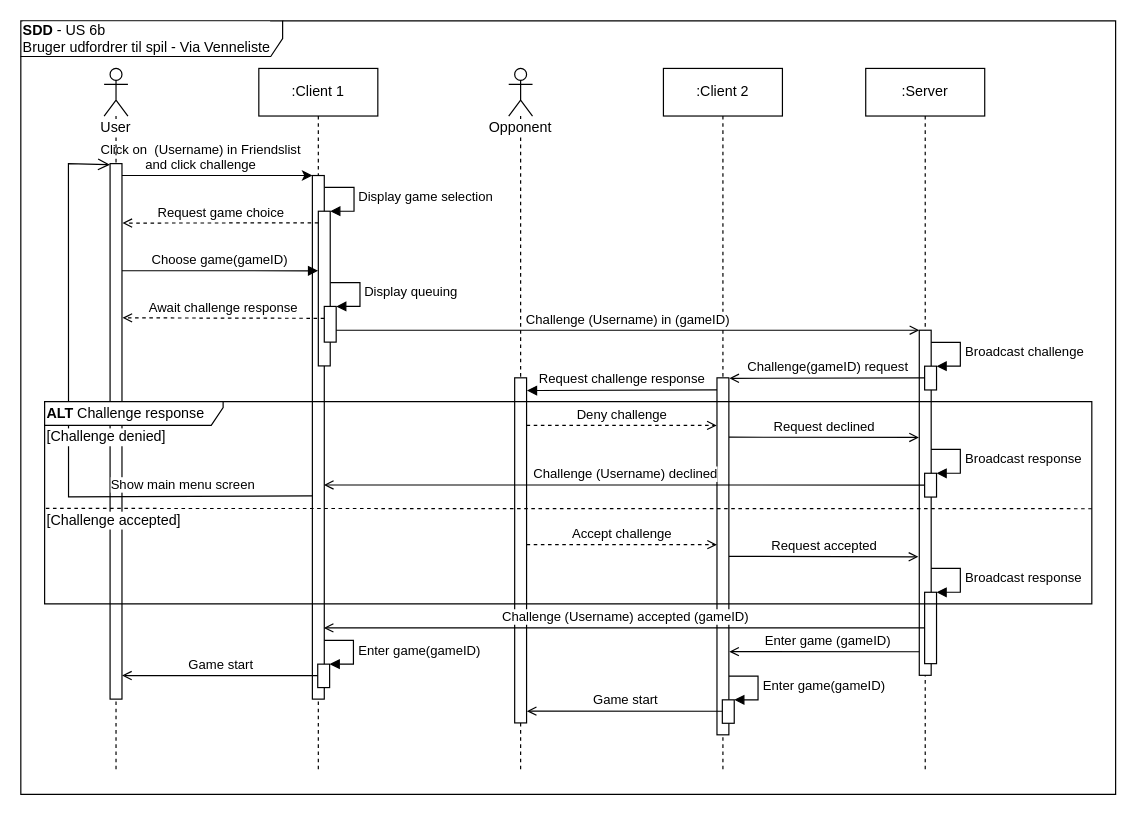
Before: page "SSD" (1 of 2) of diagrams/arkitektur/US6b_challenge-friendslist.drawio in Macradon/I7BAC-PlugNPlay, a draw.io diagram. Source tidied: cells renumbered, new cells numbered last; positions are measured from the earlier drawing's top-left corner, leaving out a move shared by most shapes. Both pictures are drawn from the tidied source at 119%, with x=0, y=0 at pixel (20, 20).
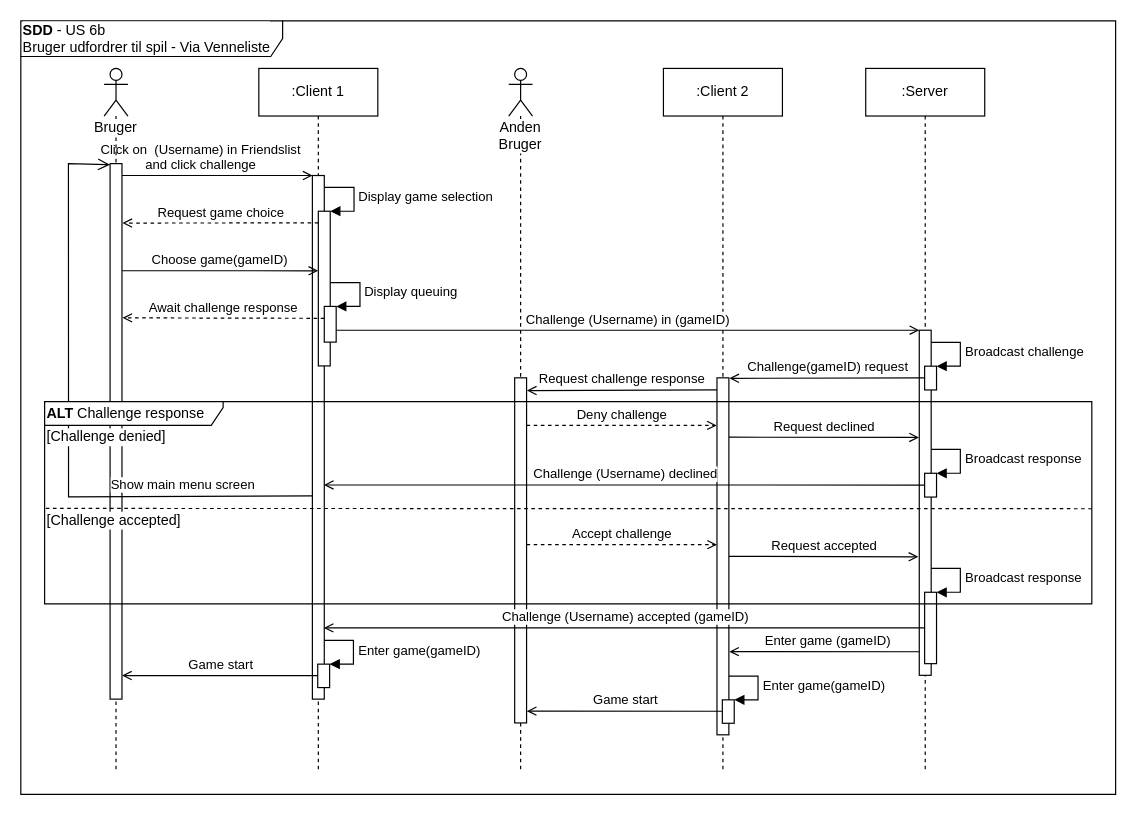
The same diagram, later.

The change refers to these unchanged cells:
```xml
<mxCell id="22" style="html=1;points=[];perimeter=orthogonalPerimeter;labelBackgroundColor=none;align=left;" parent="1" vertex="1">
  <mxGeometry x="245" y="130" width="10" height="440" as="geometry" />
</mxCell>
<mxCell id="24" style="html=1;points=[];perimeter=orthogonalPerimeter;labelBackgroundColor=none;align=left;" parent="1" vertex="1">
  <mxGeometry x="250" y="160" width="10" height="130" as="geometry" />
</mxCell>
```

The edit, as a diff of the source:
```diff
@@
-    <mxCell id="5" value="Opponent" style="shape=umlLifeline;participant=umlActor;perimeter=lifelinePerimeter;whiteSpace=wrap;html=1;verticalAlign=top;spacingTop=36;labelBackgroundColor=#ffffff;" parent="1" vertex="1">
+    <mxCell id="5" value="Anden Bruger" style="shape=umlLifeline;participant=umlActor;perimeter=lifelinePerimeter;whiteSpace=wrap;html=1;verticalAlign=top;spacingTop=36;labelBackgroundColor=#ffffff;" parent="1" vertex="1">
       <mxGeometry x="410" y="40" width="20" height="590" as="geometry" />
     </mxCell>
@@
-    <mxCell id="7" value="User" style="shape=umlLifeline;participant=umlActor;perimeter=lifelinePerimeter;whiteSpace=wrap;html=1;verticalAlign=top;spacingTop=36;labelBackgroundColor=#ffffff;" parent="1" vertex="1">
+    <mxCell id="7" value="Bruger" style="shape=umlLifeline;participant=umlActor;perimeter=lifelinePerimeter;whiteSpace=wrap;html=1;verticalAlign=top;spacingTop=36;labelBackgroundColor=#ffffff;" parent="1" vertex="1">
       <mxGeometry x="70" y="40" width="20" height="590" as="geometry" />
     </mxCell>
@@
-    <mxCell id="11" value="Request challenge response" style="html=1;verticalAlign=bottom;endArrow=block;endFill=1;entryX=1.029;entryY=0.59;entryDx=0;entryDy=0;entryPerimeter=0;" parent="1" edge="1">
+    <mxCell id="11" value="Request challenge response" style="html=1;verticalAlign=bottom;endArrow=open;endFill=0;entryX=1.029;entryY=0.59;entryDx=0;entryDy=0;entryPerimeter=0;" parent="1" edge="1">
       <mxGeometry relative="1" as="geometry">
         <mxPoint x="585" y="310.2" as="sourcePoint" />
         <mxPoint x="425.3" y="310.7" as="targetPoint" />
       </mxGeometry>
     </mxCell>
@@
-    <mxCell id="39" value="Choose game(gameID)" style="html=1;verticalAlign=bottom;endArrow=block;endFill=1;entryX=-0.015;entryY=0.385;entryDx=0;entryDy=0;entryPerimeter=0;" parent="1" edge="1" target="24">
+    <mxCell id="39" value="Choose game(gameID)" style="html=1;verticalAlign=bottom;endArrow=open;endFill=0;entryX=-0.015;entryY=0.385;entryDx=0;entryDy=0;entryPerimeter=0;" parent="1" edge="1" target="24">
       <mxGeometry relative="1" as="geometry">
         <mxPoint x="85" y="210" as="sourcePoint" />
       </mxGeometry>
     </mxCell>
@@
-    <mxCell id="45" value="Click on&amp;nbsp; (Username) in Friendslist&lt;br&gt;and click challenge" style="html=1;verticalAlign=bottom;endArrow=classic;labelBackgroundColor=none;entryX=0.011;entryY=0;entryDx=0;entryDy=0;entryPerimeter=0;endFill=1;" parent="1" edge="1" target="22">
+    <mxCell id="45" value="Click on&amp;nbsp; (Username) in Friendslist&lt;br&gt;and click challenge" style="html=1;verticalAlign=bottom;endArrow=open;labelBackgroundColor=none;entryX=0.011;entryY=0;entryDx=0;entryDy=0;entryPerimeter=0;endFill=0;" parent="1" edge="1" target="22">
       <mxGeometry x="-0.18" relative="1" as="geometry">
         <mxPoint x="85" y="130" as="sourcePoint" />
       </mxGeometry>
     </mxCell>
```
